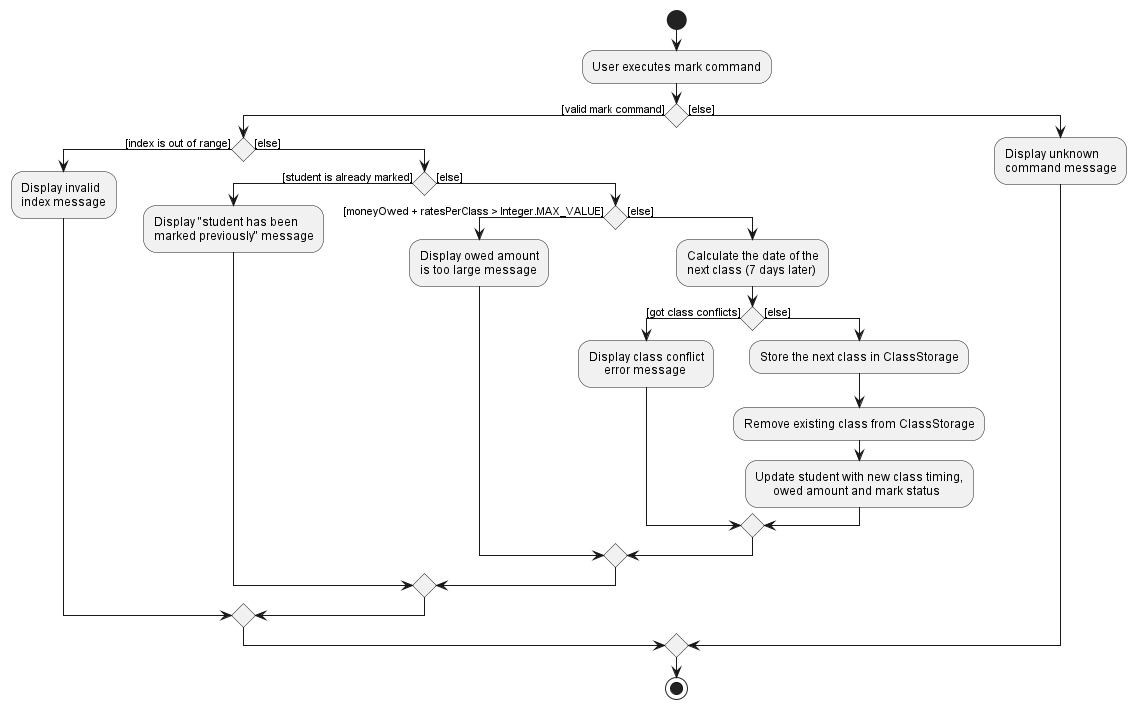
nus-cs2103-AY2223S1/tp keeps this PlantUML diagram as docs/images/DG-images/MarkActivityDiagram.png. Above is the earlier version.
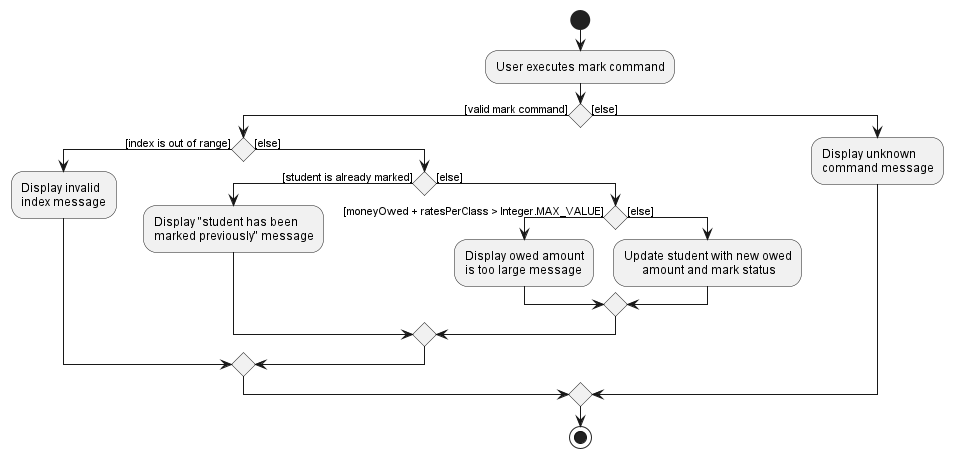
After the change.

Diff of the diagram source:
```diff
@@ -18,21 +18,12 @@
                :Display owed amount
                is too large message;
                 else ([else])
-               :Calculate the date of the
-               next class (7 days later);
 
-            if () then ([got class conflicts])
-             :Display class conflict
-                  error message;
-            else ([else])
-                :Store the next class in ClassStorage;
 
-                :Remove existing class from ClassStorage;
+                :Update student with new owed
+                      amount and mark status;
 
-                :Update student with new class timing,
-                      owed amount and mark status;
 
-        endif
         endif
         endif
         endif
```
